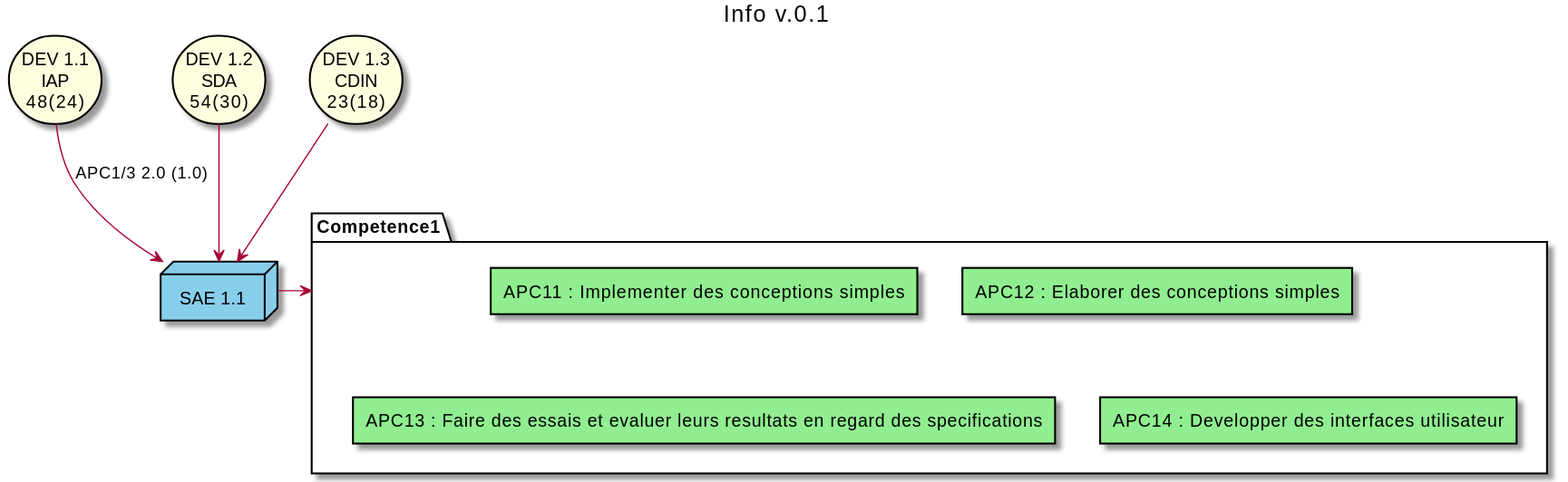
The PlantUML diagram sae11.svg in IUT-Blagnac/BUT-PN2021, before a commit.
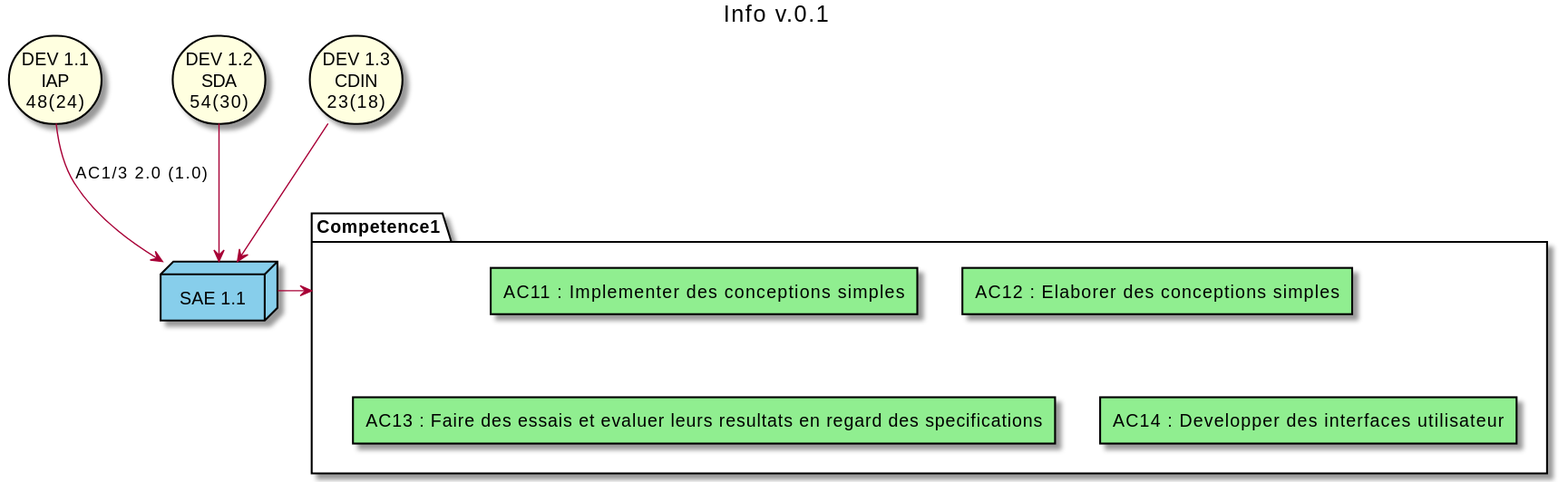
After the commit.

Change to the diagram source:
```diff
@@ -2,10 +2,10 @@
 
 !include config.plantuml
 package Competence1 {
-rectangle "APC11 : Implementer des conceptions simples" as APC11
-rectangle "APC12 : Elaborer des conceptions simples" as APC12
-rectangle "APC13 : Faire des essais et evaluer leurs resultats en regard des specifications" as APC13
-rectangle "APC14 : Developper des interfaces utilisateur" as APC14
+rectangle "AC11 : Implementer des conceptions simples" as AC11
+rectangle "AC12 : Elaborer des conceptions simples" as AC12
+rectangle "AC13 : Faire des essais et evaluer leurs resultats en regard des specifications" as AC13
+rectangle "AC14 : Developper des interfaces utilisateur" as AC14
 }
 !include ressources.plantuml
 node "SAE 1.1" as sae11
@@ -15,7 +15,7 @@
 title Info v.0.1
 
 cdin --> sae11
-iap --> sae11 : APC1/3 2.0 (1.0)
+iap --> sae11 : AC1/3 2.0 (1.0)
 sda --> sae11
 
 @enduml
```
